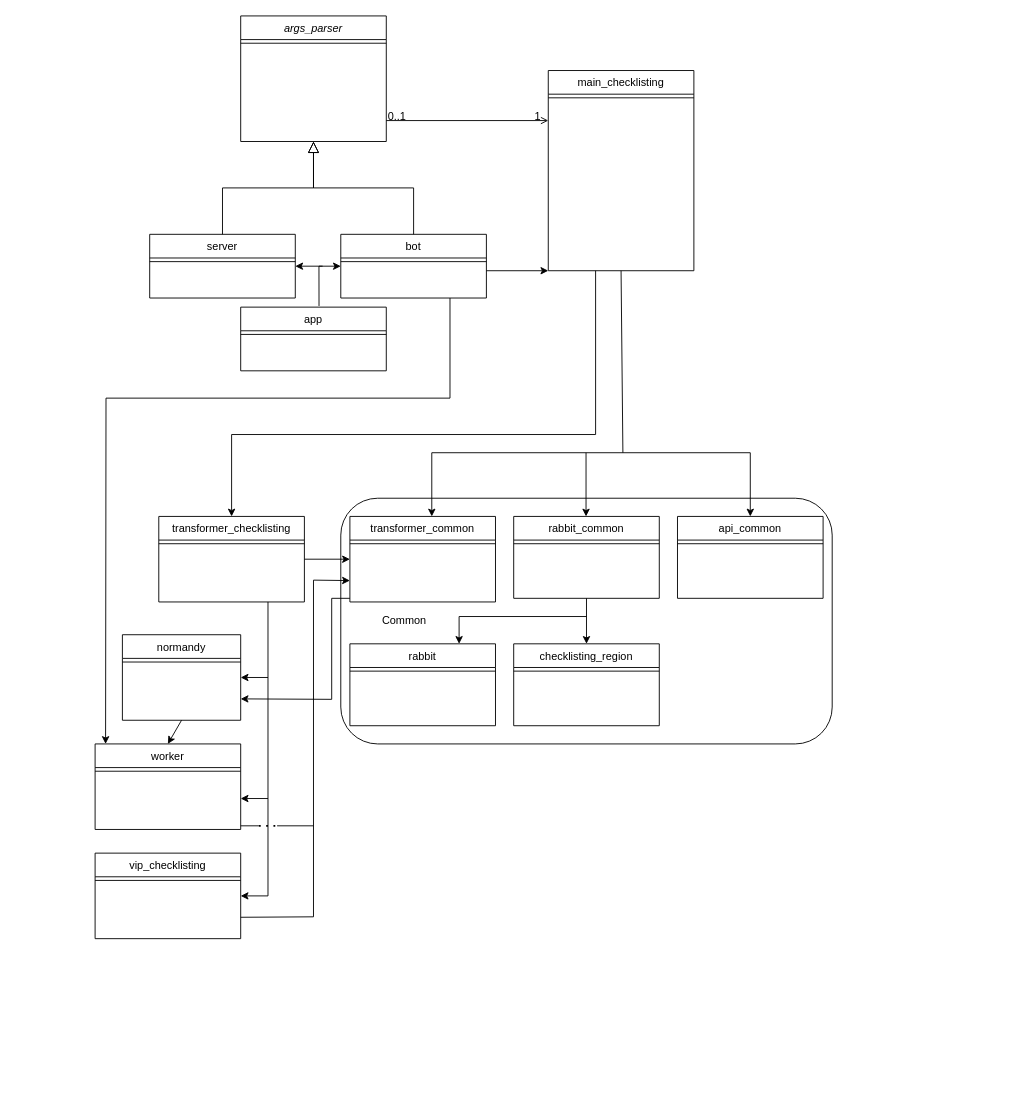
Earlier version of the draw.io diagram checklisting.drawio (KonSprin/Courses). Source tidied: cells renumbered, new cells numbered last; positions are measured from the earlier drawing's top-left corner, leaving out a move shared by most shapes. Both pictures are drawn from the tidied source at 91%, with x=0, y=0 at pixel (95, 15).
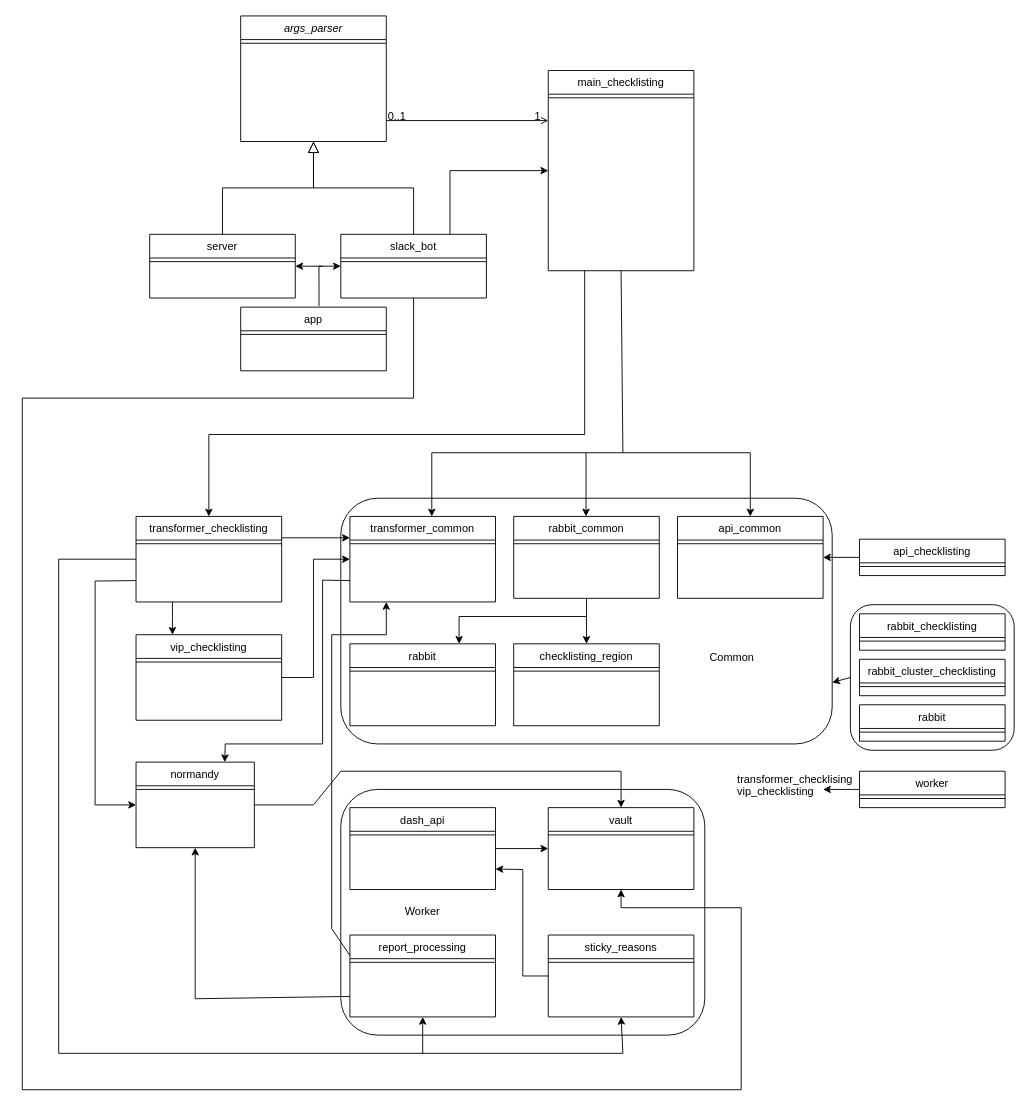
Above is the later version.

Unchanged cells that the change refers to:
```xml
<mxCell id="2" style="rounded=1;whiteSpace=wrap;html=1;" parent="1" vertex="1">
  <mxGeometry x="270" y="530" width="540" height="270" as="geometry" />
</mxCell>
<mxCell id="11" value="main_checklisting" style="swimlane;fontStyle=0;align=center;verticalAlign=top;horizontal=1;startSize=26;rounded=0;shadow=0;strokeWidth=1;" parent="1" vertex="1">
  <mxGeometry x="498" y="60" width="160" height="220" as="geometry" />
</mxCell>
<mxCell id="18" value="api_common" style="swimlane;fontStyle=0;align=center;verticalAlign=top;horizontal=1;startSize=26;rounded=0;shadow=0;strokeWidth=1;" parent="1" vertex="1">
  <mxGeometry x="640" y="550" width="160" height="90" as="geometry" />
</mxCell>
<mxCell id="20" value="transformer_common" style="swimlane;fontStyle=0;align=center;verticalAlign=top;horizontal=1;startSize=26;rounded=0;shadow=0;strokeWidth=1;" parent="1" vertex="1">
  <mxGeometry x="280" y="550" width="160" height="94" as="geometry" />
</mxCell>
```

The edit, as a diff of the source:
```diff
@@
+    <mxCell id="62" style="rounded=1;whiteSpace=wrap;html=1;" parent="1" vertex="1">
+      <mxGeometry x="830" y="647" width="180" height="160" as="geometry" />
+    </mxCell>
@@
-    <mxCell id="8" value="bot" style="swimlane;fontStyle=0;align=center;verticalAlign=top;horizontal=1;startSize=26;rounded=0;shadow=0;strokeWidth=1;" parent="1" vertex="1">
+    <mxCell id="8" value="slack_bot" style="swimlane;fontStyle=0;align=center;verticalAlign=top;horizontal=1;startSize=26;rounded=0;shadow=0;strokeWidth=1;" parent="1" vertex="1">
       <mxGeometry x="270" y="240" width="160" height="70" as="geometry" />
     </mxCell>
@@
     <mxCell id="27" value="Common" style="text;html=1;strokeColor=none;fillColor=none;align=center;verticalAlign=middle;whiteSpace=wrap;rounded=0;" parent="1" vertex="1">
-      <mxGeometry x="310" y="650" width="60" height="30" as="geometry" />
+      <mxGeometry x="670" y="690" width="60" height="30" as="geometry" />
     </mxCell>
-    <mxCell id="28" style="endArrow=none;html=1;rounded=0;" parent="1" edge="1">
-      <mxGeometry relative="1" as="geometry">
-        <mxPoint x="150" y="460" as="sourcePoint" />
-        <mxPoint x="550" y="280" as="targetPoint" />
-        <Array as="points">
-          <mxPoint x="550" y="460" />
-        </Array>
-      </mxGeometry>
-    </mxCell>
     <mxCell id="29" value="transformer_checklisting" style="swimlane;fontStyle=0;align=center;verticalAlign=top;horizontal=1;startSize=26;rounded=0;shadow=0;strokeWidth=1;" parent="1" vertex="1">
-      <mxGeometry x="70" y="550" width="160" height="94" as="geometry" />
+      <mxGeometry x="45" y="550" width="160" height="94" as="geometry" />
     </mxCell>
@@
-    <mxCell id="31" style="endArrow=classic;html=1;rounded=0;entryX=0.5;entryY=0;entryDx=0;entryDy=0;" parent="1" edge="1" target="29">
+    <mxCell id="31" style="endArrow=classic;html=1;rounded=0;entryX=0.5;entryY=0;entryDx=0;entryDy=0;exitX=0.25;exitY=1;exitDx=0;exitDy=0;" parent="1" edge="1" source="11" target="29">
       <mxGeometry relative="1" as="geometry">
-        <mxPoint x="150" y="460" as="sourcePoint" />
+        <Array as="points">
+          <mxPoint x="538" y="460" />
+          <mxPoint x="125" y="460" />
+        </Array>
       </mxGeometry>
     </mxCell>
@@
-    <mxCell id="38" style="endArrow=classic;html=1;rounded=0;exitX=1;exitY=0.5;exitDx=0;exitDy=0;entryX=0;entryY=0.5;entryDx=0;entryDy=0;" parent="1" edge="1" source="29" target="20">
+    <mxCell id="38" style="endArrow=classic;html=1;rounded=0;exitX=1;exitY=0.25;exitDx=0;exitDy=0;entryX=0;entryY=0.25;entryDx=0;entryDy=0;" parent="1" edge="1" source="29" target="20">
       <mxGeometry relative="1" as="geometry" />
     </mxCell>
-    <mxCell id="39" value="worker" style="swimlane;fontStyle=0;align=center;verticalAlign=top;horizontal=1;startSize=26;rounded=0;shadow=0;strokeWidth=1;" parent="1" vertex="1">
-      <mxGeometry y="800" width="160" height="94" as="geometry" />
-    </mxCell>
-    <mxCell id="40" style="line;html=1;strokeWidth=1;align=left;verticalAlign=middle;spacingTop=-1;spacingLeft=3;spacingRight=3;labelPosition=right;" parent="39" vertex="1">
-      <mxGeometry y="26" width="160" height="8" as="geometry" />
-    </mxCell>
     <mxCell id="41" value="normandy" style="swimlane;fontStyle=0;align=center;verticalAlign=top;horizontal=1;startSize=26;rounded=0;shadow=0;strokeWidth=1;" parent="1" vertex="1">
-      <mxGeometry x="30" y="680" width="130" height="94" as="geometry" />
+      <mxGeometry x="45" y="820" width="130" height="94" as="geometry" />
     </mxCell>
@@
     <mxCell id="43" value="vip_checklisting" style="swimlane;fontStyle=0;align=center;verticalAlign=top;horizontal=1;startSize=26;rounded=0;shadow=0;strokeWidth=1;" parent="1" vertex="1">
-      <mxGeometry y="920" width="160" height="94" as="geometry" />
+      <mxGeometry x="45" y="680" width="160" height="94" as="geometry" />
     </mxCell>
@@
-    <mxCell id="45" style="endArrow=classic;html=1;rounded=0;exitX=0.75;exitY=1;exitDx=0;exitDy=0;entryX=1;entryY=0.5;entryDx=0;entryDy=0;" parent="1" edge="1" source="29" target="43">
+    <mxCell id="45" style="endArrow=classic;html=1;rounded=0;exitX=0.25;exitY=1;exitDx=0;exitDy=0;entryX=0.25;entryY=0;entryDx=0;entryDy=0;" parent="1" edge="1" source="29" target="43">
       <mxGeometry relative="1" as="geometry">
         <Array as="points">
-          <mxPoint x="190" y="967" />
+          <mxPoint x="85" y="660" />
         </Array>
       </mxGeometry>
     </mxCell>
-    <mxCell id="46" style="endArrow=classic;html=1;rounded=0;" parent="1" edge="1">
-      <mxGeometry relative="1" as="geometry">
-        <mxPoint x="190" y="860" as="sourcePoint" />
-        <mxPoint x="160" y="860" as="targetPoint" />
-      </mxGeometry>
-    </mxCell>
-    <mxCell id="47" style="endArrow=classic;html=1;rounded=0;entryX=1;entryY=0.5;entryDx=0;entryDy=0;" parent="1" edge="1" target="41">
+    <mxCell id="47" style="endArrow=classic;html=1;rounded=0;entryX=0;entryY=0.5;entryDx=0;entryDy=0;exitX=0;exitY=0.75;exitDx=0;exitDy=0;" parent="1" edge="1" source="29" target="41">
       <mxGeometry relative="1" as="geometry">
-        <mxPoint x="190" y="727" as="sourcePoint" />
+        <Array as="points">
+          <mxPoint y="621" />
+          <mxPoint y="867" />
+        </Array>
       </mxGeometry>
     </mxCell>
-    <mxCell id="48" style="endArrow=classic;html=1;rounded=0;entryX=0;entryY=0.75;entryDx=0;entryDy=0;" parent="1" edge="1" target="20">
+    <mxCell id="48" style="endArrow=classic;html=1;rounded=0;entryX=0;entryY=0.5;entryDx=0;entryDy=0;exitX=1;exitY=0.5;exitDx=0;exitDy=0;" parent="1" edge="1" source="43" target="20">
       <mxGeometry relative="1" as="geometry">
-        <mxPoint x="240" y="990" as="sourcePoint" />
         <Array as="points">
-          <mxPoint x="240" y="620" />
+          <mxPoint x="240" y="727" />
+          <mxPoint x="240" y="597" />
         </Array>
       </mxGeometry>
     </mxCell>
-    <mxCell id="49" style="endArrow=none;html=1;rounded=0;exitX=1;exitY=0.75;exitDx=0;exitDy=0;" parent="1" edge="1" source="43">
-      <mxGeometry relative="1" as="geometry">
-        <mxPoint x="240" y="990" as="targetPoint" />
-      </mxGeometry>
-    </mxCell>
-    <mxCell id="50" style="endArrow=none;html=1;rounded=0;" parent="1" edge="1">
-      <mxGeometry relative="1" as="geometry">
-        <mxPoint x="160" y="890" as="sourcePoint" />
-        <mxPoint x="180" y="890" as="targetPoint" />
-      </mxGeometry>
-    </mxCell>
-    <mxCell id="51" style="endArrow=none;html=1;rounded=0;" parent="1" edge="1">
-      <mxGeometry relative="1" as="geometry">
-        <mxPoint x="200" y="890" as="sourcePoint" />
-        <mxPoint x="240" y="890" as="targetPoint" />
-      </mxGeometry>
-    </mxCell>
-    <mxCell id="52" style="endArrow=classic;html=1;rounded=0;exitX=0.5;exitY=1;exitDx=0;exitDy=0;entryX=0.5;entryY=0;entryDx=0;entryDy=0;" parent="1" edge="1" source="41" target="39">
-      <mxGeometry relative="1" as="geometry" />
-    </mxCell>
-    <mxCell id="53" style="endArrow=none;dashed=1;html=1;dashPattern=1 3;strokeWidth=2;rounded=0;" parent="1" edge="1">
-      <mxGeometry relative="1" as="geometry">
-        <mxPoint x="180" y="890" as="sourcePoint" />
-        <mxPoint x="200" y="890" as="targetPoint" />
-      </mxGeometry>
-    </mxCell>
-    <mxCell id="54" style="endArrow=classic;html=1;rounded=0;entryX=1;entryY=0.75;entryDx=0;entryDy=0;" parent="1" edge="1" target="41">
+    <mxCell id="54" style="endArrow=classic;html=1;rounded=0;entryX=0.75;entryY=0;entryDx=0;entryDy=0;exitX=0;exitY=0.75;exitDx=0;exitDy=0;" parent="1" edge="1" source="20" target="41">
       <mxGeometry relative="1" as="geometry">
-        <mxPoint x="260" y="640" as="sourcePoint" />
         <Array as="points">
-          <mxPoint x="260" y="751" />
+          <mxPoint x="250" y="620" />
+          <mxPoint x="250" y="800" />
+          <mxPoint x="143" y="800" />
         </Array>
       </mxGeometry>
     </mxCell>
-    <mxCell id="55" style="endArrow=none;html=1;rounded=0;" parent="1" edge="1">
-      <mxGeometry relative="1" as="geometry">
-        <mxPoint x="260" y="640" as="sourcePoint" />
-        <mxPoint x="280" y="640" as="targetPoint" />
-      </mxGeometry>
-    </mxCell>
@@
-    <mxCell id="60" style="endArrow=classic;html=1;rounded=0;entryX=0;entryY=1;entryDx=0;entryDy=0;" parent="1" edge="1" target="11">
+    <mxCell id="60" style="endArrow=classic;html=1;rounded=0;entryX=0;entryY=0.5;entryDx=0;entryDy=0;exitX=0.75;exitY=0;exitDx=0;exitDy=0;" parent="1" edge="1" source="8" target="11">
       <mxGeometry relative="1" as="geometry">
-        <mxPoint x="430" y="280" as="sourcePoint" />
+        <Array as="points">
+          <mxPoint x="390" y="170" />
+        </Array>
       </mxGeometry>
     </mxCell>
+    <mxCell id="63" style="rounded=1;whiteSpace=wrap;html=1;" parent="1" vertex="1">
+      <mxGeometry x="270" y="850" width="400" height="270" as="geometry" />
+    </mxCell>
+    <mxCell id="64" value="dash_api" style="swimlane;fontStyle=0;align=center;verticalAlign=top;horizontal=1;startSize=26;rounded=0;shadow=0;strokeWidth=1;" parent="1" vertex="1">
+      <mxGeometry x="280" y="870" width="160" height="90" as="geometry" />
+    </mxCell>
+    <mxCell id="65" style="line;html=1;strokeWidth=1;align=left;verticalAlign=middle;spacingTop=-1;spacingLeft=3;spacingRight=3;labelPosition=right;" parent="64" vertex="1">
+      <mxGeometry y="26" width="160" height="8" as="geometry" />
+    </mxCell>
+    <mxCell id="66" value="report_processing" style="swimlane;fontStyle=0;align=center;verticalAlign=top;horizontal=1;startSize=26;rounded=0;shadow=0;strokeWidth=1;" parent="1" vertex="1">
+      <mxGeometry x="280" y="1010" width="160" height="90" as="geometry" />
+    </mxCell>
+    <mxCell id="67" style="line;html=1;strokeWidth=1;align=left;verticalAlign=middle;spacingTop=-1;spacingLeft=3;spacingRight=3;labelPosition=right;" parent="66" vertex="1">
+      <mxGeometry y="26" width="160" height="8" as="geometry" />
+    </mxCell>
+    <mxCell id="68" value="vault" style="swimlane;fontStyle=0;align=center;verticalAlign=top;horizontal=1;startSize=26;rounded=0;shadow=0;strokeWidth=1;" parent="1" vertex="1">
+      <mxGeometry x="498" y="870" width="160" height="90" as="geometry" />
+    </mxCell>
+    <mxCell id="69" style="line;html=1;strokeWidth=1;align=left;verticalAlign=middle;spacingTop=-1;spacingLeft=3;spacingRight=3;labelPosition=right;" parent="68" vertex="1">
+      <mxGeometry y="26" width="160" height="8" as="geometry" />
+    </mxCell>
+    <mxCell id="70" value="sticky_reasons" style="swimlane;fontStyle=0;align=center;verticalAlign=top;horizontal=1;startSize=26;rounded=0;shadow=0;strokeWidth=1;" parent="1" vertex="1">
+      <mxGeometry x="498" y="1010" width="160" height="90" as="geometry" />
+    </mxCell>
+    <mxCell id="71" style="line;html=1;strokeWidth=1;align=left;verticalAlign=middle;spacingTop=-1;spacingLeft=3;spacingRight=3;labelPosition=right;" parent="70" vertex="1">
+      <mxGeometry y="26" width="160" height="8" as="geometry" />
+    </mxCell>
+    <mxCell id="72" style="endArrow=classic;html=1;rounded=0;exitX=1;exitY=0.5;exitDx=0;exitDy=0;entryX=0;entryY=0.5;entryDx=0;entryDy=0;" parent="1" edge="1" source="64" target="68">
+      <mxGeometry relative="1" as="geometry" />
+    </mxCell>
+    <mxCell id="73" style="endArrow=classic;html=1;rounded=0;entryX=0.5;entryY=1;entryDx=0;entryDy=0;exitX=0;exitY=0.75;exitDx=0;exitDy=0;" parent="1" edge="1" source="66" target="41">
+      <mxGeometry relative="1" as="geometry">
+        <Array as="points">
+          <mxPoint x="110" y="1080" />
+        </Array>
+      </mxGeometry>
+    </mxCell>
+    <mxCell id="74" style="endArrow=classic;html=1;rounded=0;exitX=0;exitY=0.5;exitDx=0;exitDy=0;entryX=1;entryY=0.75;entryDx=0;entryDy=0;" parent="1" edge="1" source="70" target="64">
+      <mxGeometry relative="1" as="geometry">
+        <Array as="points">
+          <mxPoint x="470" y="1055" />
+          <mxPoint x="470" y="938" />
+        </Array>
+      </mxGeometry>
+    </mxCell>
+    <mxCell id="75" style="endArrow=classic;html=1;rounded=0;exitX=1;exitY=0.5;exitDx=0;exitDy=0;entryX=0.5;entryY=0;entryDx=0;entryDy=0;" parent="1" edge="1" source="41" target="68">
+      <mxGeometry relative="1" as="geometry">
+        <Array as="points">
+          <mxPoint x="240" y="867" />
+          <mxPoint x="270" y="830" />
+          <mxPoint x="578" y="830" />
+        </Array>
+      </mxGeometry>
+    </mxCell>
+    <mxCell id="76" style="endArrow=classic;html=1;rounded=0;entryX=0.5;entryY=1;entryDx=0;entryDy=0;exitX=0;exitY=0.5;exitDx=0;exitDy=0;" parent="1" edge="1" source="29" target="70">
+      <mxGeometry relative="1" as="geometry">
+        <Array as="points">
+          <mxPoint x="-40" y="597" />
+          <mxPoint x="-40" y="1140" />
+          <mxPoint x="580" y="1140" />
+        </Array>
+      </mxGeometry>
+    </mxCell>
+    <mxCell id="77" style="endArrow=classic;html=1;rounded=0;entryX=0.5;entryY=1;entryDx=0;entryDy=0;" parent="1" edge="1" target="66">
+      <mxGeometry relative="1" as="geometry">
+        <mxPoint x="360" y="1140" as="sourcePoint" />
+      </mxGeometry>
+    </mxCell>
-    <mxCell id="61" style="endArrow=classic;html=1;rounded=0;exitX=0.75;exitY=1;exitDx=0;exitDy=0;entryX=0.072;entryY=0;entryDx=0;entryDy=0;entryPerimeter=0;" parent="1" edge="1" source="8" target="39">
+    <mxCell id="61" style="endArrow=classic;html=1;rounded=0;exitX=0.5;exitY=1;exitDx=0;exitDy=0;entryX=0.5;entryY=1;entryDx=0;entryDy=0;" parent="1" edge="1" source="8" target="68">
       <mxGeometry relative="1" as="geometry">
         <Array as="points">
-          <mxPoint x="390" y="420" />
-          <mxPoint x="12" y="420" />
+          <mxPoint x="350" y="420" />
+          <mxPoint x="-80" y="420" />
+          <mxPoint x="-80" y="1180" />
+          <mxPoint x="710" y="1180" />
+          <mxPoint x="710" y="980" />
+          <mxPoint x="578" y="980" />
         </Array>
       </mxGeometry>
     </mxCell>
+    <mxCell id="78" style="endArrow=classic;html=1;rounded=0;exitX=0;exitY=0.25;exitDx=0;exitDy=0;entryX=0.25;entryY=1;entryDx=0;entryDy=0;" parent="1" edge="1" source="66" target="20">
+      <mxGeometry relative="1" as="geometry">
+        <Array as="points">
+          <mxPoint x="260" y="1003" />
+          <mxPoint x="260" y="680" />
+          <mxPoint x="320" y="680" />
+        </Array>
+      </mxGeometry>
+    </mxCell>
+    <mxCell id="79" value="Worker" style="text;html=1;strokeColor=none;fillColor=none;align=center;verticalAlign=middle;whiteSpace=wrap;rounded=0;" parent="1" vertex="1">
+      <mxGeometry x="330" y="970" width="60" height="30" as="geometry" />
+    </mxCell>
+    <mxCell id="80" value="api_checklisting" style="swimlane;fontStyle=0;align=center;verticalAlign=top;horizontal=1;startSize=26;rounded=0;shadow=0;strokeWidth=1;" parent="1" vertex="1">
+      <mxGeometry x="840" y="575" width="160" height="40" as="geometry" />
+    </mxCell>
+    <mxCell id="81" style="line;html=1;strokeWidth=1;align=left;verticalAlign=middle;spacingTop=-1;spacingLeft=3;spacingRight=3;labelPosition=right;" parent="80" vertex="1">
+      <mxGeometry y="26" width="160" height="8" as="geometry" />
+    </mxCell>
+    <mxCell id="82" style="endArrow=classic;html=1;rounded=0;exitX=0;exitY=0.5;exitDx=0;exitDy=0;entryX=1;entryY=0.5;entryDx=0;entryDy=0;" parent="1" edge="1" source="80" target="18">
+      <mxGeometry relative="1" as="geometry" />
+    </mxCell>
+    <mxCell id="83" value="rabbit_checklisting" style="swimlane;fontStyle=0;align=center;verticalAlign=top;horizontal=1;startSize=26;rounded=0;shadow=0;strokeWidth=1;" parent="1" vertex="1">
+      <mxGeometry x="840" y="657" width="160" height="40" as="geometry" />
+    </mxCell>
+    <mxCell id="84" style="line;html=1;strokeWidth=1;align=left;verticalAlign=middle;spacingTop=-1;spacingLeft=3;spacingRight=3;labelPosition=right;" parent="83" vertex="1">
+      <mxGeometry y="26" width="160" height="8" as="geometry" />
+    </mxCell>
+    <mxCell id="85" value="rabbit" style="swimlane;fontStyle=0;align=center;verticalAlign=top;horizontal=1;startSize=26;rounded=0;shadow=0;strokeWidth=1;" parent="1" vertex="1">
+      <mxGeometry x="840" y="757" width="160" height="40" as="geometry" />
+    </mxCell>
+    <mxCell id="86" style="line;html=1;strokeWidth=1;align=left;verticalAlign=middle;spacingTop=-1;spacingLeft=3;spacingRight=3;labelPosition=right;" parent="85" vertex="1">
+      <mxGeometry y="26" width="160" height="8" as="geometry" />
+    </mxCell>
+    <mxCell id="87" value="rabbit_cluster_checklisting" style="swimlane;fontStyle=0;align=center;verticalAlign=top;horizontal=1;startSize=26;rounded=0;shadow=0;strokeWidth=1;" parent="1" vertex="1">
+      <mxGeometry x="840" y="707" width="160" height="40" as="geometry" />
+    </mxCell>
+    <mxCell id="88" style="line;html=1;strokeWidth=1;align=left;verticalAlign=middle;spacingTop=-1;spacingLeft=3;spacingRight=3;labelPosition=right;" parent="87" vertex="1">
+      <mxGeometry y="26" width="160" height="8" as="geometry" />
+    </mxCell>
+    <mxCell id="89" style="endArrow=classic;html=1;rounded=0;entryX=1;entryY=0.75;entryDx=0;entryDy=0;exitX=0;exitY=0.5;exitDx=0;exitDy=0;" parent="1" edge="1" source="62" target="2">
+      <mxGeometry relative="1" as="geometry" />
+    </mxCell>
+    <mxCell id="39" value="worker" style="swimlane;fontStyle=0;align=center;verticalAlign=top;horizontal=1;startSize=26;rounded=0;shadow=0;strokeWidth=1;" parent="1" vertex="1">
+      <mxGeometry x="840" y="830" width="160" height="40" as="geometry" />
+    </mxCell>
+    <mxCell id="90" style="line;html=1;strokeWidth=1;align=left;verticalAlign=middle;spacingTop=-1;spacingLeft=3;spacingRight=3;labelPosition=right;" parent="39" vertex="1">
+      <mxGeometry y="26" width="160" height="8" as="geometry" />
+    </mxCell>
+    <mxCell id="91" style="endArrow=classic;html=1;rounded=0;exitX=0;exitY=0.5;exitDx=0;exitDy=0;" parent="1" edge="1" source="39">
+      <mxGeometry relative="1" as="geometry">
+        <mxPoint x="800" y="850" as="targetPoint" />
+      </mxGeometry>
+    </mxCell>
+    <mxCell id="92" value="transformer_checklising&#10;vip_checklisting" style="text;strokeColor=none;fillColor=none;align=left;verticalAlign=middle;spacingLeft=4;spacingRight=4;overflow=hidden;" parent="1" vertex="1">
+      <mxGeometry x="700" y="830" width="140" height="30" as="geometry" />
+    </mxCell>
```
